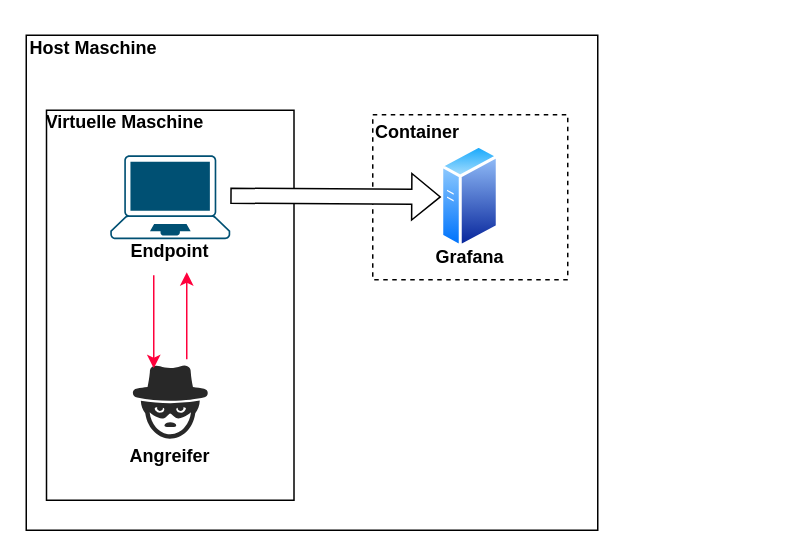
This is Bachelorarbeit/assets/Arbeitslabor.drawio from Bruno-Macedo/Praxisbericht_Bacherloarbeit, a draw.io file, before an edit. Source tidied: cells renumbered, new cells numbered last; positions are measured from the earlier drawing's top-left corner, leaving out a move shared by most shapes. Both pictures are drawn from the tidied source at 150%, with x=0, y=0 at pixel (26, 26).
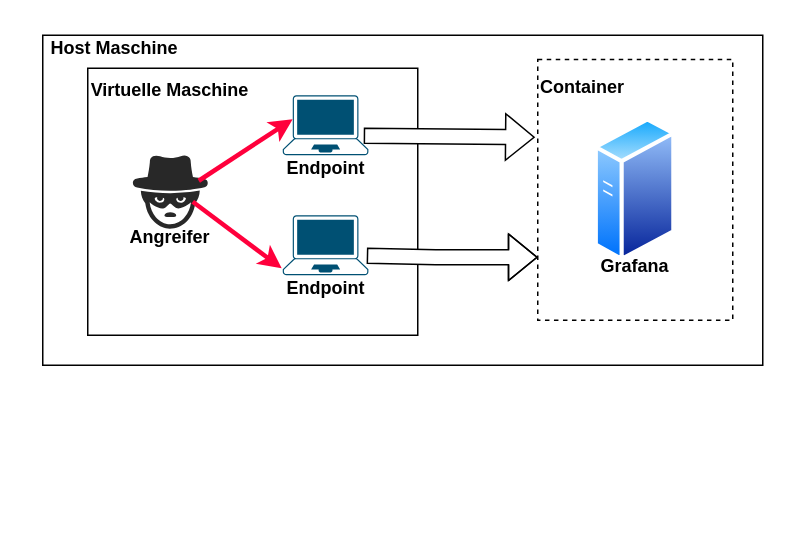
The same page after the edit.

The edit, as a diff of the source:
```diff
@@
     <mxCell id="2" style="rounded=0;whiteSpace=wrap;html=1;fontColor=default;labelBackgroundColor=none;" parent="1" vertex="1">
-      <mxGeometry y="6" width="381" height="330" as="geometry" />
+      <mxGeometry x="11" y="6" width="480" height="220" as="geometry" />
     </mxCell>
     <mxCell id="3" style="rounded=0;whiteSpace=wrap;html=1;labelBackgroundColor=none;" parent="1" vertex="1">
-      <mxGeometry x="13.5" y="56" width="165" height="260" as="geometry" />
+      <mxGeometry x="41" y="28" width="220" height="178" as="geometry" />
     </mxCell>
     <mxCell id="4" value="Host Maschine" style="text;html=1;strokeColor=none;fillColor=none;align=center;verticalAlign=middle;whiteSpace=wrap;rounded=0;fontStyle=1;" parent="1" vertex="1">
-      <mxGeometry width="90" height="30" as="geometry" />
+      <mxGeometry x="14" width="90" height="30" as="geometry" />
     </mxCell>
     <mxCell id="5" value="Virtuelle Maschine" style="text;html=1;strokeColor=none;fillColor=none;align=center;verticalAlign=middle;whiteSpace=wrap;rounded=0;fontStyle=1;" parent="1" vertex="1">
-      <mxGeometry x="11" y="49" width="110" height="30" as="geometry" />
+      <mxGeometry x="41" y="28" width="110" height="30" as="geometry" />
     </mxCell>
     <mxCell id="6" value="Endpoint" style="text;html=1;strokeColor=none;fillColor=none;align=center;verticalAlign=middle;whiteSpace=wrap;rounded=0;fontStyle=1;" parent="1" vertex="1">
-      <mxGeometry x="41" y="135" width="110" height="30" as="geometry" />
+      <mxGeometry x="144.6" y="80" width="110" height="30" as="geometry" />
     </mxCell>
-    <mxCell id="7" style="verticalLabelPosition=bottom;html=1;verticalAlign=top;align=center;strokeColor=none;fillColor=#00BEF2;shape=mxgraph.azure.computer;" parent="1" vertex="1">
-      <mxGeometry x="310" y="106" width="50" height="45" as="geometry" />
-    </mxCell>
     <mxCell id="8" style="verticalLabelPosition=bottom;sketch=0;html=1;fillColor=#282828;strokeColor=none;verticalAlign=top;align=center;shape=mxgraph.cisco_safe.security_icons.icon36;" parent="1" vertex="1">
-      <mxGeometry x="71" y="226" width="50" height="49" as="geometry" />
+      <mxGeometry x="71" y="86" width="50" height="49" as="geometry" />
     </mxCell>
     <mxCell id="9" value="Angreifer" style="text;html=1;strokeColor=none;fillColor=none;align=center;verticalAlign=middle;whiteSpace=wrap;rounded=0;fontStyle=1;" parent="1" vertex="1">
-      <mxGeometry x="41" y="272" width="110" height="30" as="geometry" />
+      <mxGeometry x="41" y="126" width="110" height="30" as="geometry" />
     </mxCell>
-    <mxCell id="10" style="endArrow=classic;html=1;rounded=0;entryX=0.6;entryY=0.967;entryDx=0;entryDy=0;exitX=0.72;exitY=-0.082;exitDx=0;exitDy=0;exitPerimeter=0;entryPerimeter=0;strokeColor=#FF003C;" parent="1" edge="1" source="8" target="6">
+    <mxCell id="10" style="endArrow=classic;html=1;rounded=0;entryX=0.115;entryY=0.4;entryDx=0;entryDy=0;exitX=0.88;exitY=0.347;exitDx=0;exitDy=0;exitPerimeter=0;entryPerimeter=0;strokeColor=#FF003C;strokeWidth=3;" parent="1" edge="1" source="8" target="14">
       <mxGeometry relative="1" as="geometry" />
     </mxCell>
-    <mxCell id="11" style="endArrow=classic;html=1;rounded=0;entryX=0.28;entryY=0.041;entryDx=0;entryDy=0;entryPerimeter=0;strokeColor=#FF003C;" parent="1" edge="1" target="8">
-      <mxGeometry relative="1" as="geometry">
-        <mxPoint x="85" y="166" as="sourcePoint" />
-      </mxGeometry>
-    </mxCell>
+    <mxCell id="14" style="points=[[0.13,0.02,0],[0.5,0,0],[0.87,0.02,0],[0.885,0.4,0],[0.985,0.985,0],[0.5,1,0],[0.015,0.985,0],[0.115,0.4,0]];verticalLabelPosition=bottom;sketch=0;html=1;verticalAlign=top;align=center;shape=mxgraph.cisco19.laptop;fillColor=#005073;strokeColor=none;" parent="1" vertex="1">
+      <mxGeometry x="171" y="46" width="57.1" height="40" as="geometry" />
+    </mxCell>
+    <mxCell id="17" style="shape=flexArrow;endArrow=classic;html=1;rounded=0;fillColor=default;entryX=-0.015;entryY=0.298;entryDx=0;entryDy=0;exitX=0.945;exitY=0.675;exitDx=0;exitDy=0;exitPerimeter=0;entryPerimeter=0;" parent="1" edge="1" source="14" target="12">
+      <mxGeometry relative="1" as="geometry" />
+    </mxCell>
+    <mxCell id="18" style="group;" parent="1" vertex="1">
+      <mxGeometry x="341" y="17.5" width="130" height="178.5" as="geometry" />
+    </mxCell>
+    <mxCell id="7" style="verticalLabelPosition=bottom;html=1;verticalAlign=top;align=center;strokeColor=none;fillColor=#00BEF2;shape=mxgraph.azure.computer;" parent="18" vertex="1">
+      <mxGeometry x="79" y="79" width="50" height="71.1" as="geometry" />
+    </mxCell>
-    <mxCell id="12" style="rounded=0;whiteSpace=wrap;html=1;labelBackgroundColor=none;dashed=1;" parent="1" vertex="1">
-      <mxGeometry x="231" y="59" width="130" height="110" as="geometry" />
+    <mxCell id="12" style="rounded=0;whiteSpace=wrap;html=1;labelBackgroundColor=none;dashed=1;" parent="18" vertex="1">
+      <mxGeometry y="4.7" width="130" height="173.8" as="geometry" />
     </mxCell>
-    <mxCell id="13" value="Container" style="text;html=1;strokeColor=none;fillColor=none;align=center;verticalAlign=middle;whiteSpace=wrap;rounded=0;fontStyle=1;" parent="1" vertex="1">
-      <mxGeometry x="231" y="56" width="60" height="30" as="geometry" />
+    <mxCell id="13" value="Container" style="text;html=1;strokeColor=none;fillColor=none;align=center;verticalAlign=middle;whiteSpace=wrap;rounded=0;fontStyle=1;" parent="18" vertex="1">
+      <mxGeometry width="60" height="47.4" as="geometry" />
     </mxCell>
-    <mxCell id="14" style="points=[[0.13,0.02,0],[0.5,0,0],[0.87,0.02,0],[0.885,0.4,0],[0.985,0.985,0],[0.5,1,0],[0.015,0.985,0],[0.115,0.4,0]];verticalLabelPosition=bottom;sketch=0;html=1;verticalAlign=top;align=center;shape=mxgraph.cisco19.laptop;fillColor=#005073;strokeColor=none;" parent="1" vertex="1">
-      <mxGeometry x="56" y="86" width="80" height="56" as="geometry" />
-    </mxCell>
-    <mxCell id="15" style="perimeter=ellipsePerimeter;html=1;align=center;shadow=0;dashed=0;spacingTop=3;image;image=img/lib/active_directory/generic_server.svg;" parent="1" vertex="1">
-      <mxGeometry x="276.5" y="79" width="39" height="69.6" as="geometry" />
+    <mxCell id="15" style="perimeter=ellipsePerimeter;html=1;align=center;shadow=0;dashed=0;spacingTop=3;image;image=img/lib/active_directory/generic_server.svg;" parent="18" vertex="1">
+      <mxGeometry x="37.8" y="43" width="54.5" height="97.3" as="geometry" />
     </mxCell>
-    <mxCell id="16" value="Grafana" style="text;html=1;strokeColor=none;fillColor=none;align=center;verticalAlign=middle;whiteSpace=wrap;rounded=0;fontStyle=1;" parent="1" vertex="1">
-      <mxGeometry x="241" y="139" width="110" height="30" as="geometry" />
+    <mxCell id="16" value="Grafana" style="text;html=1;strokeColor=none;fillColor=none;align=center;verticalAlign=middle;whiteSpace=wrap;rounded=0;fontStyle=1;" parent="18" vertex="1">
+      <mxGeometry x="10" y="119.1" width="110" height="47.4" as="geometry" />
     </mxCell>
-    <mxCell id="17" style="shape=flexArrow;endArrow=classic;html=1;rounded=0;exitX=1;exitY=0.482;exitDx=0;exitDy=0;exitPerimeter=0;fillColor=default;" parent="1" edge="1" source="14" target="15">
-      <mxGeometry relative="1" as="geometry" />
-    </mxCell>
+    <mxCell id="19" value="Endpoint" style="text;html=1;strokeColor=none;fillColor=none;align=center;verticalAlign=middle;whiteSpace=wrap;rounded=0;fontStyle=1;" parent="1" vertex="1">
+      <mxGeometry x="144.6" y="160" width="110" height="30" as="geometry" />
+    </mxCell>
+    <mxCell id="20" style="endArrow=classic;html=1;rounded=0;entryX=-0.012;entryY=0.429;entryDx=0;entryDy=0;exitX=0.8;exitY=0.633;exitDx=0;exitDy=0;exitPerimeter=0;entryPerimeter=0;strokeColor=#FF003C;strokeWidth=3;" parent="1" edge="1" source="8">
+      <mxGeometry relative="1" as="geometry">
+        <mxPoint x="170.3" y="161.4" as="targetPoint" />
+      </mxGeometry>
+    </mxCell>
+    <mxCell id="21" style="verticalLabelPosition=bottom;sketch=0;html=1;verticalAlign=top;align=center;shape=mxgraph.cisco19.laptop;fillColor=#005073;strokeColor=none;" parent="1" vertex="1">
+      <mxGeometry x="171" y="126" width="57.1" height="40" as="geometry" />
+    </mxCell>
+    <mxCell id="22" style="shape=flexArrow;endArrow=classic;html=1;rounded=0;fillColor=default;entryX=-0.015;entryY=0.298;entryDx=0;entryDy=0;exitX=0.945;exitY=0.675;exitDx=0;exitDy=0;exitPerimeter=0;entryPerimeter=0;" parent="1" edge="1">
+      <mxGeometry relative="1" as="geometry">
+        <mxPoint x="227" y="153" as="sourcePoint" />
+        <mxPoint x="341" y="154" as="targetPoint" />
+        <Array as="points">
+          <mxPoint x="273" y="154" />
+        </Array>
+      </mxGeometry>
+    </mxCell>
```
